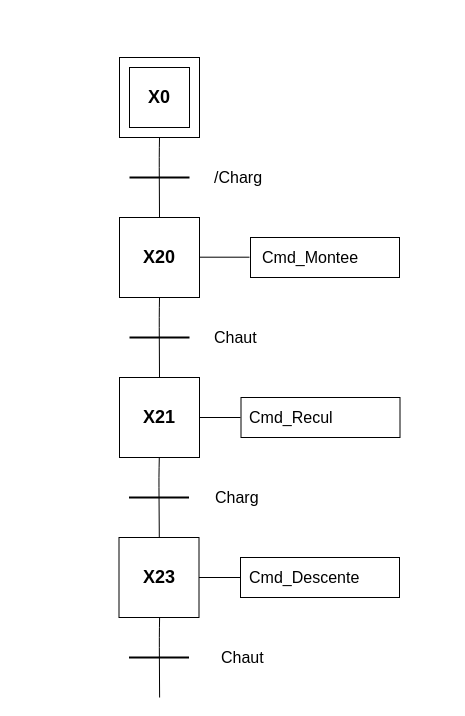
Sem98-chain/INSA keeps this draw.io diagram as Graph_Init.drawio. Above is the earlier version. Source tidied: cells renumbered, new cells numbered last; positions are measured from the earlier drawing's top-left corner, leaving out a move shared by most shapes. Both pictures are drawn from the tidied source at 100%, with x=0, y=0 at pixel (119, 57).
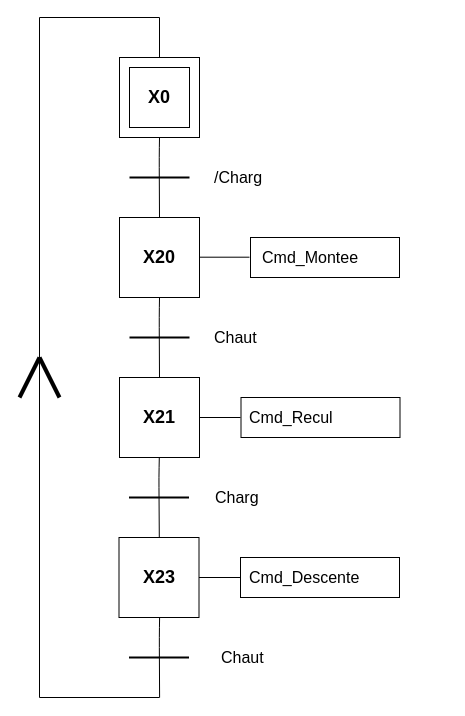
After the change.

The edit, as a diff of the source:
```diff
@@
+    <mxCell id="34" style="endArrow=none;html=1;" parent="1" edge="1">
+      <mxGeometry relative="1" as="geometry">
+        <mxPoint x="-80" y="640" as="sourcePoint" />
+        <mxPoint x="40" y="640" as="targetPoint" />
+      </mxGeometry>
+    </mxCell>
+    <mxCell id="35" style="endArrow=none;html=1;" parent="1" edge="1">
+      <mxGeometry relative="1" as="geometry">
+        <mxPoint x="-80" y="640" as="sourcePoint" />
+        <mxPoint x="-80" y="-40" as="targetPoint" />
+      </mxGeometry>
+    </mxCell>
+    <mxCell id="36" style="endArrow=none;html=1;" parent="1" edge="1">
+      <mxGeometry relative="1" as="geometry">
+        <mxPoint x="-80" y="-40" as="sourcePoint" />
+        <mxPoint x="40" y="-40" as="targetPoint" />
+      </mxGeometry>
+    </mxCell>
+    <mxCell id="37" style="endArrow=none;html=1;" parent="1" edge="1">
+      <mxGeometry relative="1" as="geometry">
+        <mxPoint x="40" as="sourcePoint" />
+        <mxPoint x="40" y="-40" as="targetPoint" />
+      </mxGeometry>
+    </mxCell>
+    <mxCell id="38" style="endArrow=none;html=1;strokeWidth=4;" parent="1" edge="1">
+      <mxGeometry relative="1" as="geometry">
+        <mxPoint x="-100" y="340" as="sourcePoint" />
+        <mxPoint x="-80" y="300" as="targetPoint" />
+      </mxGeometry>
+    </mxCell>
+    <mxCell id="39" style="endArrow=none;html=1;strokeWidth=4;" parent="1" edge="1">
+      <mxGeometry relative="1" as="geometry">
+        <mxPoint x="-60" y="340" as="sourcePoint" />
+        <mxPoint x="-80" y="300" as="targetPoint" />
+      </mxGeometry>
+    </mxCell>
```
